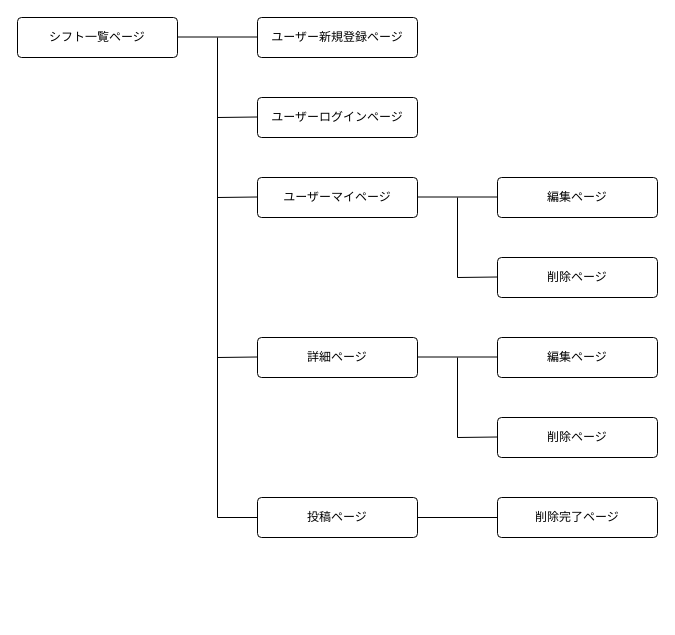
graphite01/waps keeps this draw.io diagram as waps_画面遷移図.dio. Above is the earlier version. Source tidied: cells renumbered, new cells numbered last; positions are measured from the earlier drawing's top-left corner, leaving out a move shared by most shapes. Both pictures are drawn from the tidied source at 100%, with x=0, y=0 at pixel (17, 17).
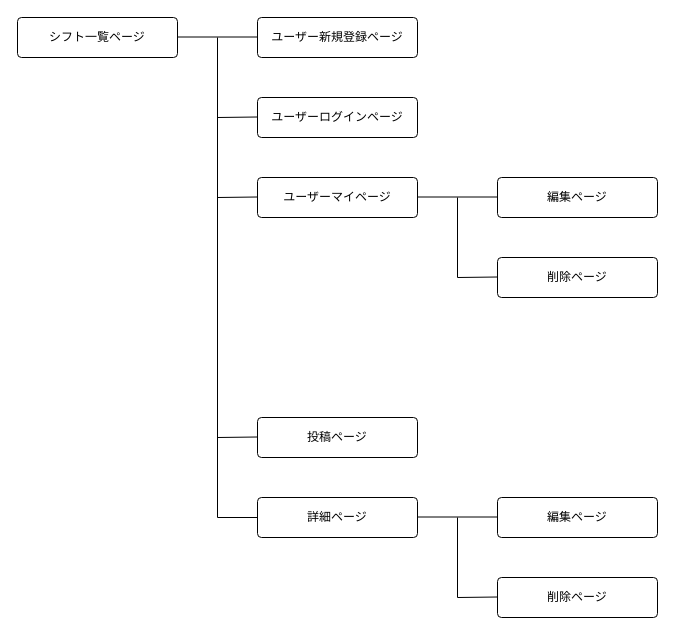
Above is the later version.

Commit message (it also covers changes not shown here):
画面遷移図修正

Diff of the diagram source:
```diff
@@
     <mxCell id="6" value="詳細ページ" style="rounded=1;arcSize=10;whiteSpace=wrap;html=1;align=center;" parent="1" vertex="1">
-      <mxGeometry x="240" y="320" width="160" height="40" as="geometry" />
+      <mxGeometry x="240" y="480" width="160" height="40" as="geometry" />
     </mxCell>
     <mxCell id="7" value="投稿ページ" style="rounded=1;arcSize=10;whiteSpace=wrap;html=1;align=center;" parent="1" vertex="1">
-      <mxGeometry x="240" y="480" width="160" height="40" as="geometry" />
+      <mxGeometry x="240" y="400" width="160" height="40" as="geometry" />
     </mxCell>
     <mxCell id="8" value="編集ページ" style="rounded=1;arcSize=10;whiteSpace=wrap;html=1;align=center;" parent="1" vertex="1">
-      <mxGeometry x="480" y="320" width="160" height="40" as="geometry" />
+      <mxGeometry x="480" y="480" width="160" height="40" as="geometry" />
     </mxCell>
-    <mxCell id="9" value="削除完了ページ" style="rounded=1;arcSize=10;whiteSpace=wrap;html=1;align=center;" parent="1" vertex="1">
-      <mxGeometry x="480" y="480" width="160" height="40" as="geometry" />
-    </mxCell>
@@
     <mxCell id="14" style="endArrow=none;html=1;rounded=0;" parent="1" edge="1">
       <mxGeometry relative="1" as="geometry">
-        <mxPoint x="400" y="339.5" as="sourcePoint" />
-        <mxPoint x="480" y="339.5" as="targetPoint" />
+        <mxPoint x="400" y="499.5" as="sourcePoint" />
+        <mxPoint x="480" y="499.5" as="targetPoint" />
       </mxGeometry>
     </mxCell>
-    <mxCell id="15" style="endArrow=none;html=1;rounded=0;" parent="1" edge="1">
-      <mxGeometry relative="1" as="geometry">
-        <mxPoint x="400" y="500" as="sourcePoint" />
-        <mxPoint x="480" y="500" as="targetPoint" />
-      </mxGeometry>
-    </mxCell>
-    <mxCell id="16" style="endArrow=none;html=1;rounded=0;entryX=0;entryY=0.5;entryDx=0;entryDy=0;" parent="1" edge="1" target="7">
+    <mxCell id="16" style="endArrow=none;html=1;rounded=0;" parent="1" edge="1">
       <mxGeometry relative="1" as="geometry">
         <mxPoint x="200" y="20" as="sourcePoint" />
+        <mxPoint x="240" y="500" as="targetPoint" />
         <Array as="points">
           <mxPoint x="200" y="500" />
         </Array>
       </mxGeometry>
     </mxCell>
@@
     <mxCell id="20" style="endArrow=none;html=1;rounded=0;" parent="1" edge="1">
       <mxGeometry relative="1" as="geometry">
-        <mxPoint x="200" y="340" as="sourcePoint" />
-        <mxPoint x="240" y="339.5" as="targetPoint" />
+        <mxPoint x="200" y="420" as="sourcePoint" />
+        <mxPoint x="240" y="419.5" as="targetPoint" />
       </mxGeometry>
     </mxCell>
     <mxCell id="21" style="endArrow=none;html=1;rounded=0;" parent="1" edge="1">
       <mxGeometry relative="1" as="geometry">
-        <mxPoint x="440" y="340" as="sourcePoint" />
-        <mxPoint x="480" y="419.5" as="targetPoint" />
+        <mxPoint x="440" y="500" as="sourcePoint" />
+        <mxPoint x="480" y="579.5" as="targetPoint" />
         <Array as="points">
-          <mxPoint x="440" y="420" />
+          <mxPoint x="440" y="580" />
         </Array>
       </mxGeometry>
     </mxCell>
     <mxCell id="22" value="削除ページ" style="rounded=1;arcSize=10;whiteSpace=wrap;html=1;align=center;" parent="1" vertex="1">
-      <mxGeometry x="480" y="400" width="160" height="40" as="geometry" />
+      <mxGeometry x="480" y="560" width="160" height="40" as="geometry" />
     </mxCell>
```
